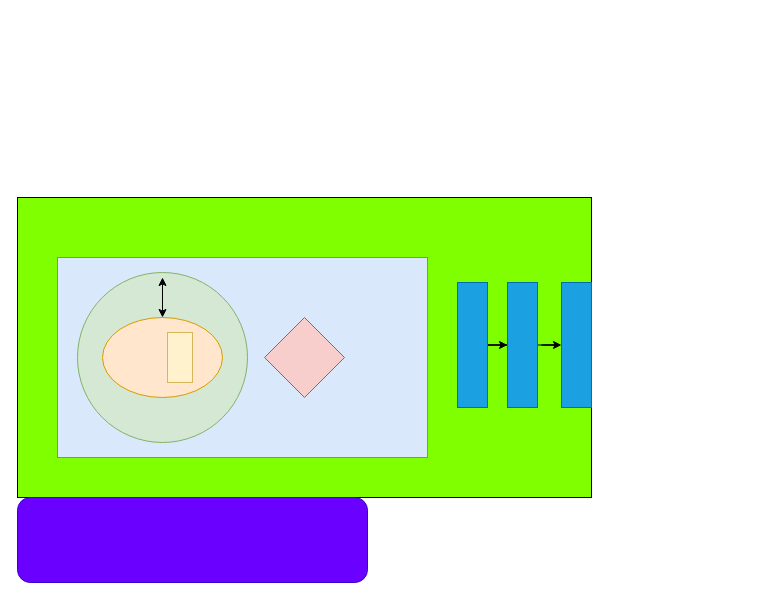
The draw.io diagram images/Untitled Diagram.drawio in Andy-86/-, before the edit. Source tidied: cells renumbered, new cells numbered last; positions are measured from the earlier drawing's top-left corner, leaving out a move shared by most shapes. Both pictures are drawn from the tidied source at 100%, with x=0, y=0 at pixel (17, 197).
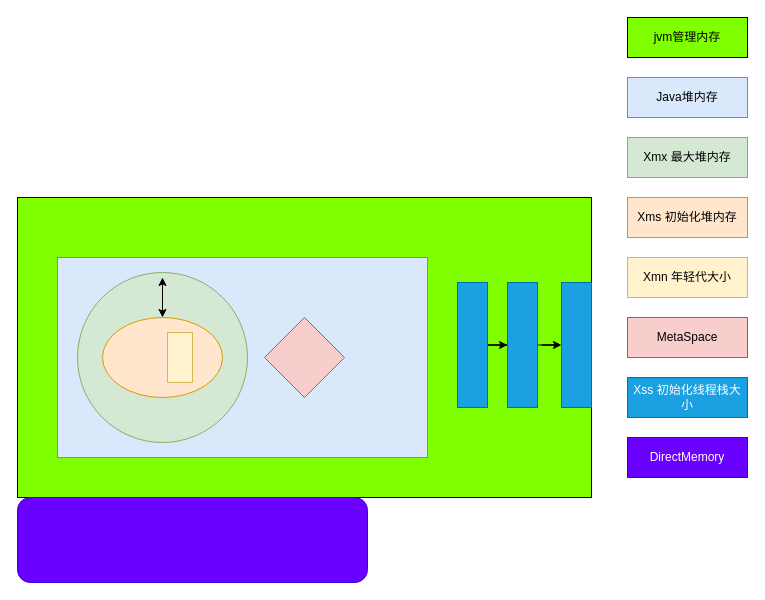
After the change.

Commit message:
Xmx,Xms,Xmn,Xss,meta,DirectMemory 关系

Change to the diagram source:
```diff
@@
+    <mxCell id="15" value="jvm管理内存" style="rounded=0;whiteSpace=wrap;html=1;fillColor=#80FF00;" parent="1" vertex="1">
+      <mxGeometry x="610" y="-180" width="120" height="40" as="geometry" />
+    </mxCell>
+    <mxCell id="16" value="Java堆内存" style="rounded=0;whiteSpace=wrap;html=1;fillColor=#dae8fc;strokeColor=#6c8ebf;" parent="1" vertex="1">
+      <mxGeometry x="610" y="-120" width="120" height="40" as="geometry" />
+    </mxCell>
+    <mxCell id="17" value="Xmx 最大堆内存" style="rounded=0;whiteSpace=wrap;html=1;fillColor=#d5e8d4;strokeColor=#82b366;" parent="1" vertex="1">
+      <mxGeometry x="610" y="-60" width="120" height="40" as="geometry" />
+    </mxCell>
+    <mxCell id="18" value="Xms 初始化堆内存" style="rounded=0;whiteSpace=wrap;html=1;fillColor=#ffe6cc;strokeColor=#d79b00;" parent="1" vertex="1">
+      <mxGeometry x="610" width="120" height="40" as="geometry" />
+    </mxCell>
+    <mxCell id="19" value="Xmn 年轻代大小" style="rounded=0;whiteSpace=wrap;html=1;fillColor=#fff2cc;strokeColor=#d6b656;" parent="1" vertex="1">
+      <mxGeometry x="610" y="60" width="120" height="40" as="geometry" />
+    </mxCell>
+    <mxCell id="20" value="MetaSpace" style="rounded=0;whiteSpace=wrap;html=1;fillColor=#f8cecc;strokeColor=#b85450;" parent="1" vertex="1">
+      <mxGeometry x="610" y="120" width="120" height="40" as="geometry" />
+    </mxCell>
+    <mxCell id="21" value="Xss 初始化线程栈大小" style="rounded=0;whiteSpace=wrap;html=1;fillColor=#1ba1e2;strokeColor=#006EAF;fontColor=#ffffff;" parent="1" vertex="1">
+      <mxGeometry x="610" y="180" width="120" height="40" as="geometry" />
+    </mxCell>
+    <mxCell id="22" value="DirectMemory" style="rounded=0;whiteSpace=wrap;html=1;fillColor=#6a00ff;strokeColor=#3700CC;fontColor=#ffffff;" parent="1" vertex="1">
+      <mxGeometry x="610" y="240" width="120" height="40" as="geometry" />
+    </mxCell>
```
